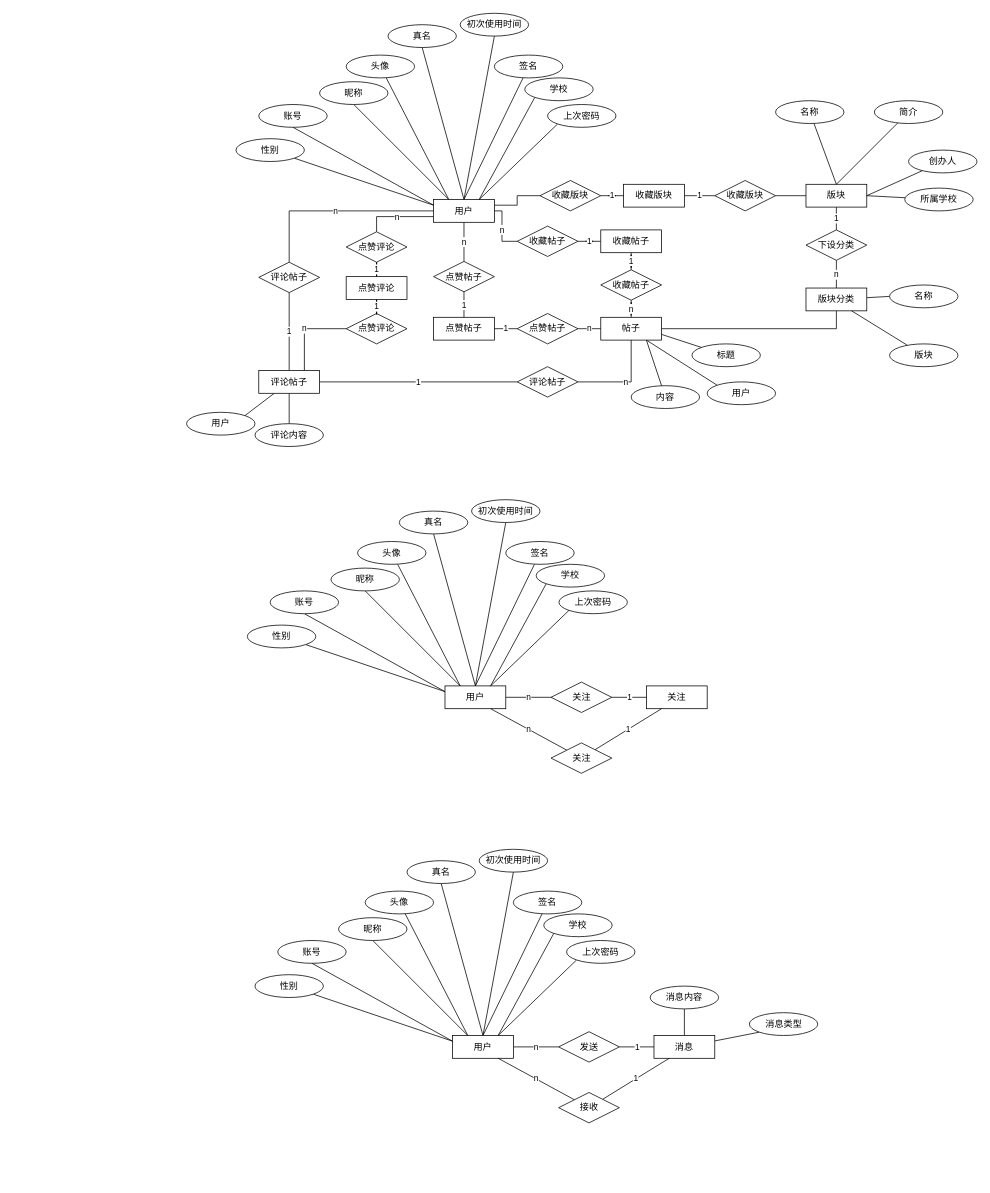
Earlier version of the draw.io diagram public/ER图.drawio (CodeMonkeyJeffGT/youBack). Source tidied: cells renumbered, new cells numbered last; positions are measured from the earlier drawing's top-left corner, leaving out a move shared by most shapes. Both pictures are drawn from the tidied source at 76%, with x=0, y=0 at pixel (186, 13).
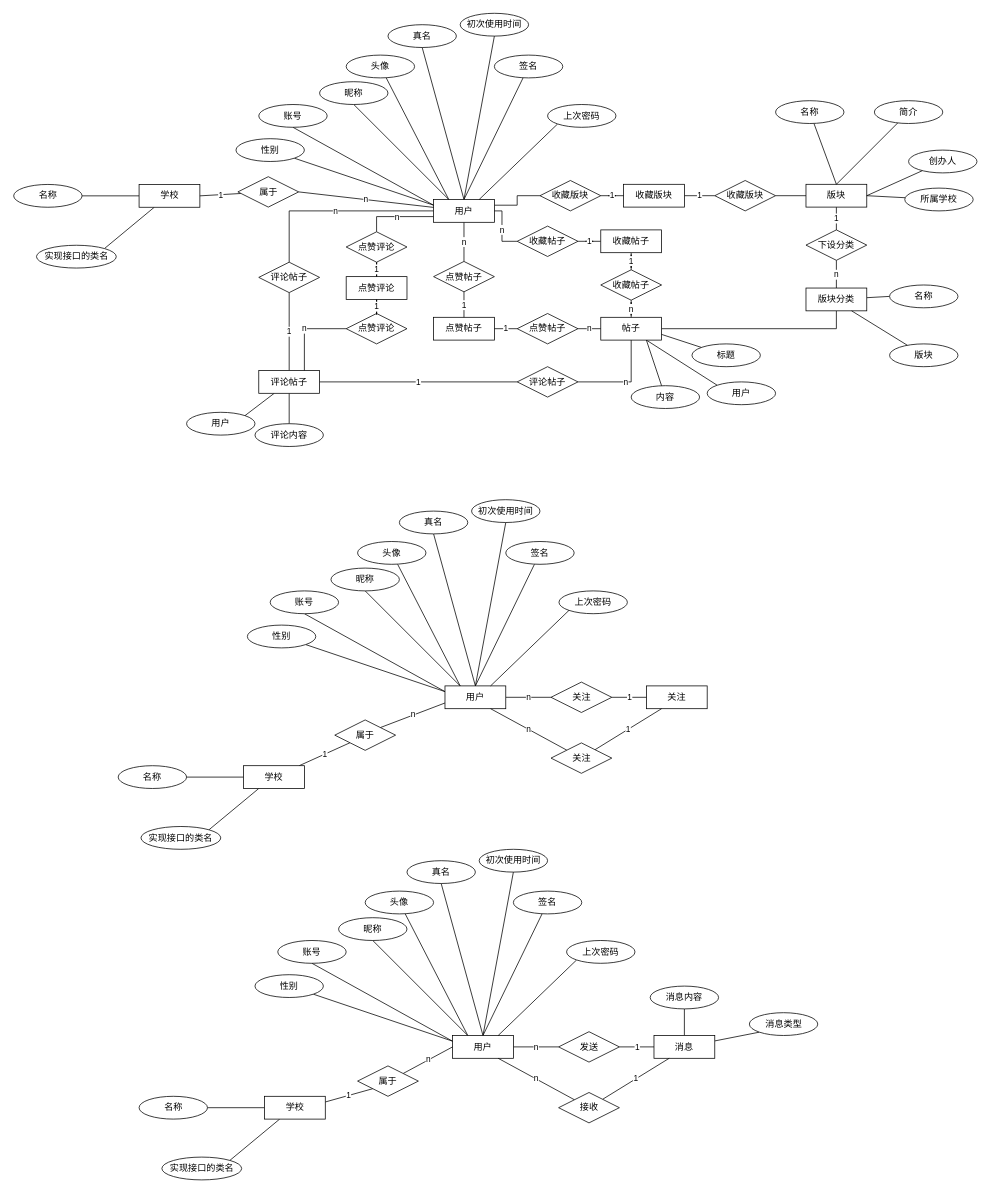
The same page after the edit.

Unchanged cells that the change refers to:
```xml
<mxCell id="11" value="用户" style="rounded=0;whiteSpace=wrap;html=1;" parent="1" vertex="1">
  <mxGeometry x="325" y="245" width="80" height="30" as="geometry" />
</mxCell>
<mxCell id="91" value="用户" style="rounded=0;whiteSpace=wrap;html=1;" parent="1" vertex="1">
  <mxGeometry x="340" y="885" width="80" height="30" as="geometry" />
</mxCell>
<mxCell id="117" value="用户" style="rounded=0;whiteSpace=wrap;html=1;" parent="1" vertex="1">
  <mxGeometry x="350" y="1345" width="80" height="30" as="geometry" />
</mxCell>
```

Diff of the diagram source:
```diff
@@
-    <mxCell id="9" style="edgeStyle=none;rounded=0;jettySize=auto;html=1;exitX=0.75;exitY=0;exitDx=0;exitDy=0;entryX=0;entryY=1;entryDx=0;entryDy=0;endArrow=none;endFill=0;strokeColor=#000000;" parent="1" edge="1" source="11" target="63">
-      <mxGeometry relative="1" as="geometry" />
-    </mxCell>
@@
-    <mxCell id="63" value="学校" style="ellipse;whiteSpace=wrap;html=1;" parent="1" vertex="1">
-      <mxGeometry x="445" y="85" width="90" height="30" as="geometry" />
-    </mxCell>
@@
-    <mxCell id="88" style="edgeStyle=none;rounded=0;jettySize=auto;html=1;exitX=0.75;exitY=0;exitDx=0;exitDy=0;entryX=0;entryY=1;entryDx=0;entryDy=0;endArrow=none;endFill=0;strokeColor=#000000;" parent="1" edge="1" source="91" target="101">
-      <mxGeometry relative="1" as="geometry" />
-    </mxCell>
@@
+    <mxCell id="141" value="n" style="edgeStyle=none;rounded=0;jettySize=auto;html=1;exitX=0;exitY=0.75;exitDx=0;exitDy=0;entryX=1;entryY=0;entryDx=0;entryDy=0;endArrow=none;endFill=0;strokeColor=#000000;" parent="1" edge="1" source="91" target="162">
+      <mxGeometry relative="1" as="geometry" />
+    </mxCell>
@@
-    <mxCell id="101" value="学校" style="ellipse;whiteSpace=wrap;html=1;" parent="1" vertex="1">
-      <mxGeometry x="460" y="725" width="90" height="30" as="geometry" />
-    </mxCell>
@@
-    <mxCell id="114" style="edgeStyle=none;rounded=0;jettySize=auto;html=1;exitX=0.75;exitY=0;exitDx=0;exitDy=0;entryX=0;entryY=1;entryDx=0;entryDy=0;endArrow=none;endFill=0;strokeColor=#000000;" parent="1" edge="1" source="117" target="127">
-      <mxGeometry relative="1" as="geometry" />
-    </mxCell>
@@
-    <mxCell id="127" value="学校" style="ellipse;whiteSpace=wrap;html=1;" parent="1" vertex="1">
-      <mxGeometry x="470" y="1185" width="90" height="30" as="geometry" />
-    </mxCell>
@@
+    <mxCell id="142" style="edgeStyle=none;rounded=0;jettySize=auto;html=1;entryX=1;entryY=0.5;entryDx=0;entryDy=0;endArrow=none;endFill=0;strokeColor=#000000;" parent="1" edge="1" source="145" target="146">
+      <mxGeometry relative="1" as="geometry" />
+    </mxCell>
+    <mxCell id="143" style="edgeStyle=none;rounded=0;jettySize=auto;html=1;exitX=0.25;exitY=1;exitDx=0;exitDy=0;entryX=1;entryY=0;entryDx=0;entryDy=0;endArrow=none;endFill=0;strokeColor=#000000;" parent="1" edge="1" source="145" target="147">
+      <mxGeometry relative="1" as="geometry" />
+    </mxCell>
+    <mxCell id="144" value="1" style="edgeStyle=none;rounded=0;jettySize=auto;html=1;exitX=1;exitY=0.25;exitDx=0;exitDy=0;entryX=0;entryY=1;entryDx=0;entryDy=0;endArrow=none;endFill=0;strokeColor=#000000;" parent="1" edge="1" source="145" target="164">
+      <mxGeometry relative="1" as="geometry" />
+    </mxCell>
+    <mxCell id="145" value="学校" style="rounded=0;whiteSpace=wrap;html=1;" parent="1" vertex="1">
+      <mxGeometry x="102.5" y="1425" width="80" height="30" as="geometry" />
+    </mxCell>
+    <mxCell id="146" value="名称" style="ellipse;whiteSpace=wrap;html=1;" parent="1" vertex="1">
+      <mxGeometry x="-62.5" y="1425" width="90" height="30" as="geometry" />
+    </mxCell>
+    <mxCell id="147" value="实现接口的类名" style="ellipse;whiteSpace=wrap;html=1;" parent="1" vertex="1">
+      <mxGeometry x="-32.5" y="1505" width="105" height="30" as="geometry" />
+    </mxCell>
+    <mxCell id="148" style="edgeStyle=none;rounded=0;jettySize=auto;html=1;entryX=1;entryY=0.5;entryDx=0;entryDy=0;endArrow=none;endFill=0;strokeColor=#000000;" parent="1" edge="1" source="151" target="152">
+      <mxGeometry relative="1" as="geometry" />
+    </mxCell>
+    <mxCell id="149" style="edgeStyle=none;rounded=0;jettySize=auto;html=1;exitX=0.25;exitY=1;exitDx=0;exitDy=0;entryX=1;entryY=0;entryDx=0;entryDy=0;endArrow=none;endFill=0;strokeColor=#000000;" parent="1" edge="1" source="151" target="153">
+      <mxGeometry relative="1" as="geometry" />
+    </mxCell>
+    <mxCell id="150" value="1" style="edgeStyle=none;rounded=0;jettySize=auto;html=1;entryX=0;entryY=1;entryDx=0;entryDy=0;endArrow=none;endFill=0;strokeColor=#000000;" parent="1" edge="1" source="151" target="162">
+      <mxGeometry relative="1" as="geometry" />
+    </mxCell>
+    <mxCell id="151" value="学校" style="rounded=0;whiteSpace=wrap;html=1;" parent="1" vertex="1">
+      <mxGeometry x="75" y="990" width="80" height="30" as="geometry" />
+    </mxCell>
+    <mxCell id="152" value="名称" style="ellipse;whiteSpace=wrap;html=1;" parent="1" vertex="1">
+      <mxGeometry x="-90" y="990" width="90" height="30" as="geometry" />
+    </mxCell>
+    <mxCell id="153" value="实现接口的类名" style="ellipse;whiteSpace=wrap;html=1;" parent="1" vertex="1">
+      <mxGeometry x="-60" y="1070" width="105" height="30" as="geometry" />
+    </mxCell>
+    <mxCell id="154" style="edgeStyle=none;rounded=0;jettySize=auto;html=1;entryX=1;entryY=0.5;entryDx=0;entryDy=0;endArrow=none;endFill=0;strokeColor=#000000;" parent="1" edge="1" source="156" target="157">
+      <mxGeometry relative="1" as="geometry" />
+    </mxCell>
+    <mxCell id="155" style="edgeStyle=none;rounded=0;jettySize=auto;html=1;exitX=0.25;exitY=1;exitDx=0;exitDy=0;entryX=1;entryY=0;entryDx=0;entryDy=0;endArrow=none;endFill=0;strokeColor=#000000;" parent="1" edge="1" source="156" target="158">
+      <mxGeometry relative="1" as="geometry" />
+    </mxCell>
+    <mxCell id="156" value="学校" style="rounded=0;whiteSpace=wrap;html=1;" parent="1" vertex="1">
+      <mxGeometry x="-62.5" y="225.2" width="80" height="30" as="geometry" />
+    </mxCell>
+    <mxCell id="157" value="名称" style="ellipse;whiteSpace=wrap;html=1;" parent="1" vertex="1">
+      <mxGeometry x="-227.5" y="225.2" width="90" height="30" as="geometry" />
+    </mxCell>
+    <mxCell id="158" value="实现接口的类名" style="ellipse;whiteSpace=wrap;html=1;" parent="1" vertex="1">
+      <mxGeometry x="-197.5" y="305.2" width="105" height="30" as="geometry" />
+    </mxCell>
+    <mxCell id="159" value="1" style="edgeStyle=none;rounded=0;jettySize=auto;html=1;entryX=1;entryY=0.5;entryDx=0;entryDy=0;endArrow=none;endFill=0;strokeColor=#000000;" parent="1" edge="1" source="161" target="156">
+      <mxGeometry relative="1" as="geometry" />
+    </mxCell>
+    <mxCell id="160" value="n" style="edgeStyle=none;rounded=0;jettySize=auto;html=1;exitX=1;exitY=0.5;exitDx=0;exitDy=0;endArrow=none;endFill=0;strokeColor=#000000;" parent="1" edge="1" source="161" target="11">
+      <mxGeometry relative="1" as="geometry" />
+    </mxCell>
+    <mxCell id="161" value="属于" style="rhombus;whiteSpace=wrap;html=1;" parent="1" vertex="1">
+      <mxGeometry x="67.5" y="215" width="80" height="40" as="geometry" />
+    </mxCell>
+    <mxCell id="162" value="属于" style="rhombus;whiteSpace=wrap;html=1;" parent="1" vertex="1">
+      <mxGeometry x="195" y="929.8" width="80" height="40" as="geometry" />
+    </mxCell>
+    <mxCell id="163" value="n" style="edgeStyle=none;rounded=0;jettySize=auto;html=1;exitX=1;exitY=0;exitDx=0;exitDy=0;entryX=0;entryY=0.5;entryDx=0;entryDy=0;endArrow=none;endFill=0;strokeColor=#000000;" parent="1" edge="1" source="164" target="117">
+      <mxGeometry relative="1" as="geometry" />
+    </mxCell>
+    <mxCell id="164" value="属于" style="rhombus;whiteSpace=wrap;html=1;" parent="1" vertex="1">
+      <mxGeometry x="225" y="1385" width="80" height="40" as="geometry" />
+    </mxCell>
```
